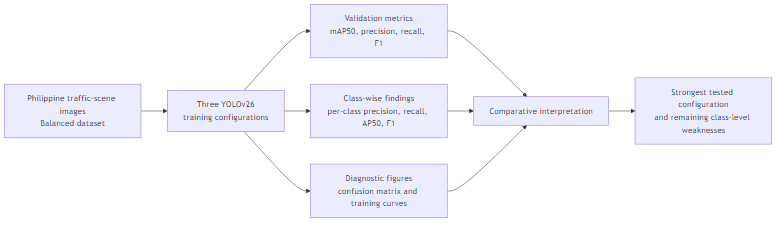
Before: deliverables/figures/conceptual-framework.png, a diagram exported from Mermaid (arceezi/datascience3-yolov26). Its source is kept beside it as deliverables/figures/mermaid/conceptual-framework.mmd.
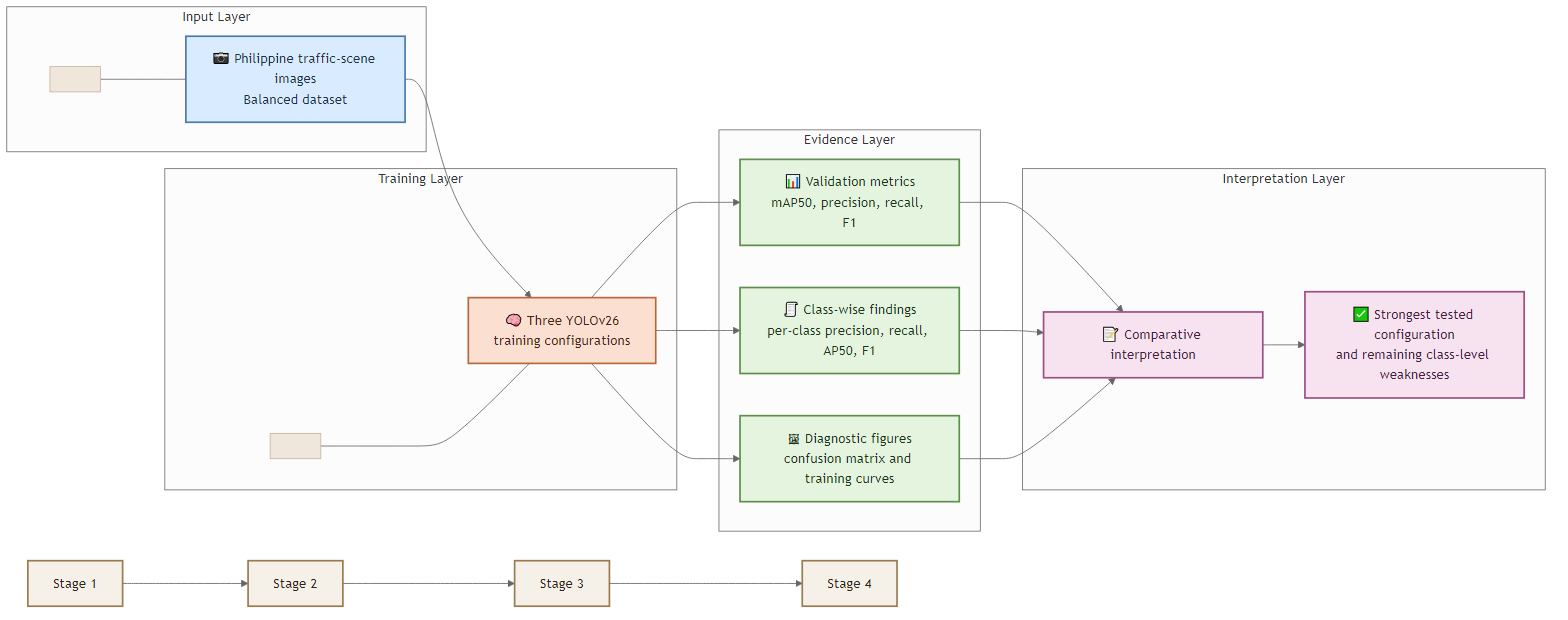
Above is the later version.

Change to the diagram source:
```diff
@@ -1,9 +1,46 @@
 flowchart LR
-    A["Philippine traffic-scene images<br/>Balanced dataset"] --> B["Three YOLOv26<br/>training configurations"]
-    B --> C["Validation metrics<br/>mAP50, precision, recall, F1"]
-    B --> D["Class-wise findings<br/>per-class precision, recall, AP50, F1"]
-    B --> E["Diagnostic figures<br/>confusion matrix and training curves"]
-    C --> F["Comparative interpretation"]
+    classDef stage fill:#f6f1e8,stroke:#9a7b4f,stroke-width:2px,color:#2f2417;
+    classDef data fill:#d9ecff,stroke:#4b79a8,stroke-width:2px,color:#1b3146;
+    classDef model fill:#fbe0d2,stroke:#b66a3c,stroke-width:2px,color:#4a2410;
+    classDef evidence fill:#e4f4df,stroke:#5e8f4b,stroke-width:2px,color:#21341a;
+    classDef outcome fill:#f7e2f0,stroke:#9b4f86,stroke-width:2px,color:#45203b;
+    classDef shadow fill:#efe7db,stroke:#c7b49d,stroke-width:1px,color:#7d6b55;
+
+    S1["Stage 1"]:::stage --> S2["Stage 2"]:::stage --> S3["Stage 3"]:::stage --> S4["Stage 4"]:::stage
+
+    subgraph P1["Input Layer"]
+        direction TB
+        A0[" "]:::shadow
+        A["📷 Philippine traffic-scene images<br/>Balanced dataset"]:::data
+    end
+
+    subgraph P2["Training Layer"]
+        direction TB
+        B0[" "]:::shadow
+        B["🧠 Three YOLOv26<br/>training configurations"]:::model
+    end
+
+    subgraph P3["Evidence Layer"]
+        direction TB
+        C["📊 Validation metrics<br/>mAP50, precision, recall, F1"]:::evidence
+        D["🧾 Class-wise findings<br/>per-class precision, recall, AP50, F1"]:::evidence
+        E["🖼 Diagnostic figures<br/>confusion matrix and training curves"]:::evidence
+    end
+
+    subgraph P4["Interpretation Layer"]
+        direction TB
+        F["📝 Comparative interpretation"]:::outcome
+        G["✅ Strongest tested configuration<br/>and remaining class-level weaknesses"]:::outcome
+    end
+
+    A --> B
+    B --> C
+    B --> D
+    B --> E
+    C --> F
     D --> F
     E --> F
-    F --> G["Strongest tested configuration<br/>and remaining class-level weaknesses"]
+    F --> G
+
+    A0 --- A
+    B0 --- B
```
